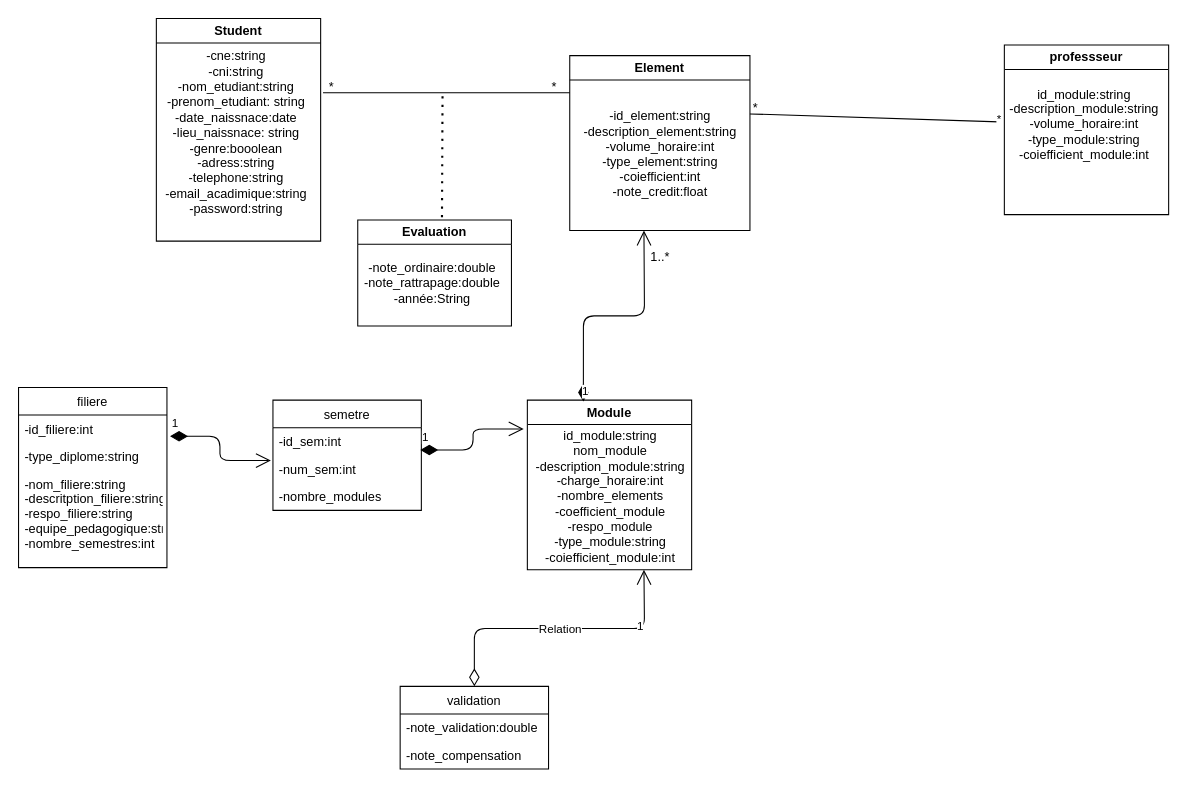
BYounes220/PFE_Gestion_Notes keeps this draw.io diagram as backend/Grades/ClassDiagram.drawio. Above is the earlier version. Source tidied: cells renumbered, new cells numbered last; positions are measured from the earlier drawing's top-left corner, leaving out a move shared by most shapes. Both pictures are drawn from the tidied source at 106%, with x=0, y=0 at pixel (18, 18).
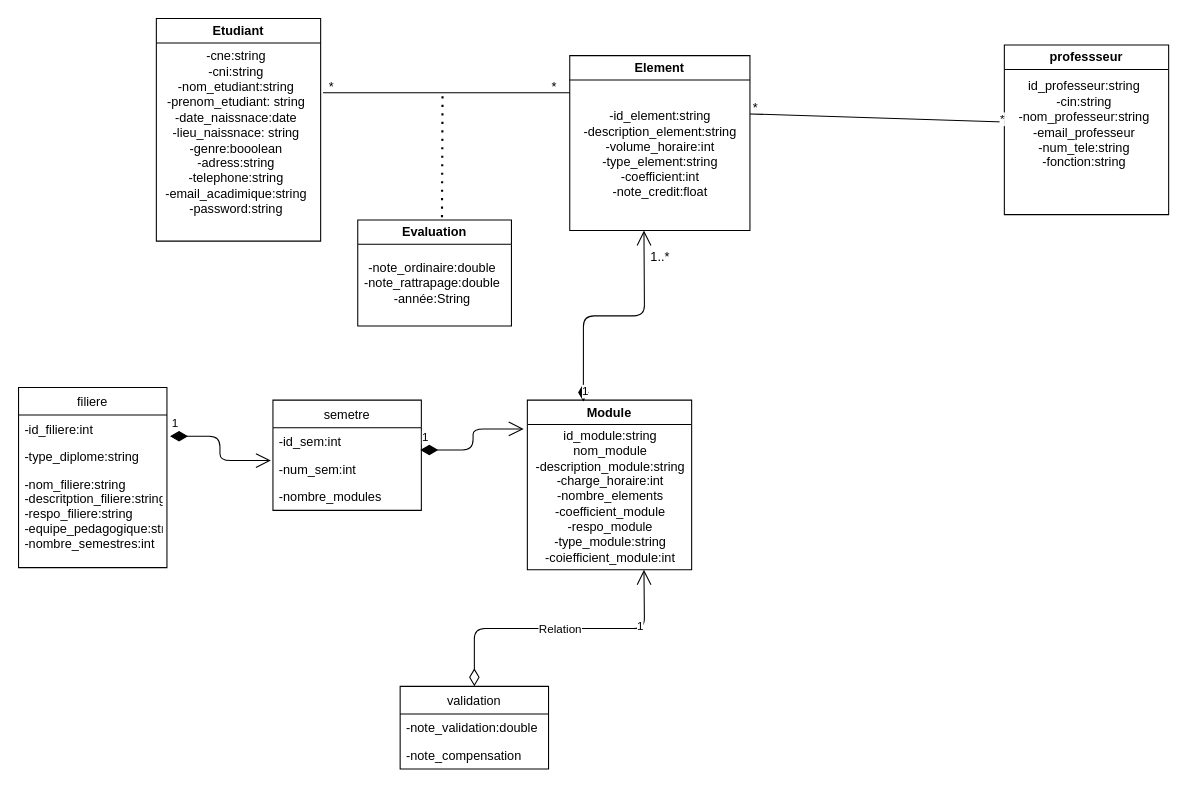
After the change.

Unchanged cells that the change refers to:
```xml
<mxCell id="6" value="Element" style="swimlane;whiteSpace=wrap;html=1;" parent="1" vertex="1">
  <mxGeometry x="520" y="35" width="170" height="165" as="geometry" />
</mxCell>
<mxCell id="31" value="professseur" style="swimlane;whiteSpace=wrap;html=1;" parent="1" vertex="1">
  <mxGeometry x="930" y="25" width="155" height="160" as="geometry" />
</mxCell>
```

Diff of the diagram source:
```diff
@@
-    <mxCell id="2" value="Student" style="swimlane;whiteSpace=wrap;html=1;" parent="1" vertex="1">
+    <mxCell id="2" value="Etudiant" style="swimlane;whiteSpace=wrap;html=1;" parent="1" vertex="1">
       <mxGeometry x="130" width="155" height="210" as="geometry" />
     </mxCell>
@@
-    <mxCell id="7" value="&lt;div&gt;-id_element:string&lt;/div&gt;&lt;div&gt;-description_element:string&lt;/div&gt;&lt;div&gt;-volume_horaire:int&lt;/div&gt;&lt;div&gt;-type_element:string&lt;/div&gt;&lt;div&gt;-coiefficient:int&lt;/div&gt;&lt;div&gt;-note_credit:float&lt;/div&gt;" style="text;html=1;align=center;verticalAlign=middle;strokeColor=none;fillColor=none;" parent="6" vertex="1">
+    <mxCell id="7" value="&lt;div&gt;-id_element:string&lt;/div&gt;&lt;div&gt;-description_element:string&lt;/div&gt;&lt;div&gt;-volume_horaire:int&lt;/div&gt;&lt;div&gt;-type_element:string&lt;/div&gt;&lt;div&gt;-coefficient:int&lt;/div&gt;&lt;div&gt;-note_credit:float&lt;/div&gt;" style="text;html=1;align=center;verticalAlign=middle;strokeColor=none;fillColor=none;" parent="6" vertex="1">
       <mxGeometry y="42.5" width="170" height="100" as="geometry" />
     </mxCell>
@@
-    <mxCell id="32" value="&lt;div&gt;id_module:string&lt;/div&gt;&lt;div&gt;-description_module:string&lt;/div&gt;&lt;div&gt;-volume_horaire:int&lt;/div&gt;&lt;div&gt;-type_module:string&lt;/div&gt;&lt;div&gt;-coiefficient_module:int&lt;/div&gt;" style="text;html=1;align=center;verticalAlign=middle;points=[];strokeColor=none;fillColor=none;" parent="31" vertex="1">
-      <mxGeometry x="-5" y="30" width="160" height="90" as="geometry" />
+    <mxCell id="32" value="&lt;div&gt;id_professeur:string&lt;/div&gt;&lt;div&gt;-cin:string&lt;/div&gt;&lt;div&gt;-nom_professeur:string&lt;/div&gt;&lt;div&gt;-email_professeur&lt;/div&gt;&lt;div&gt;-num_tele:string&lt;/div&gt;&lt;div&gt;-fonction:string&lt;/div&gt;" style="text;html=1;align=center;verticalAlign=middle;points=[];strokeColor=none;fillColor=none;" parent="31" vertex="1">
+      <mxGeometry y="25" width="150" height="100" as="geometry" />
     </mxCell>
```
